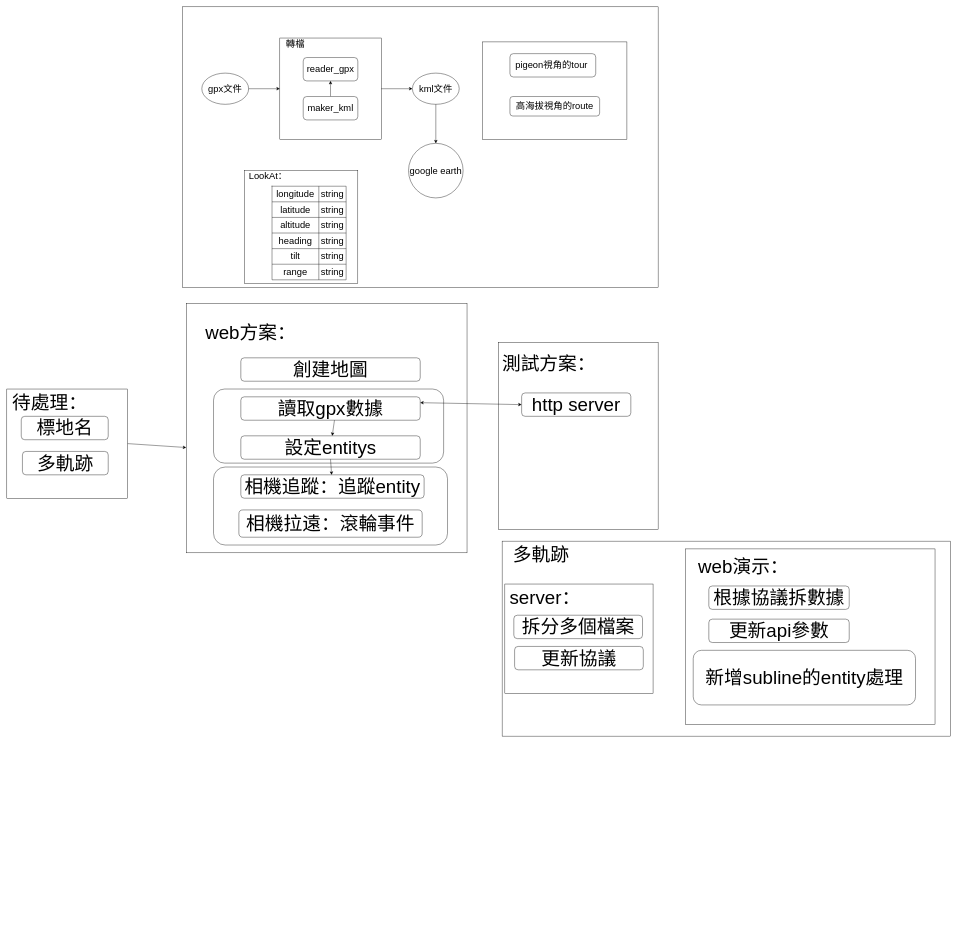
pengzhen80/PigeonRace keeps this draw.io diagram as 3d展示.drawio. Above is the earlier version. Source tidied: cells renumbered, new cells numbered last; positions are measured from the earlier drawing's top-left corner, leaving out a move shared by most shapes. Both pictures are drawn from the tidied source at 39%, with x=0, y=0 at pixel (7, 7).
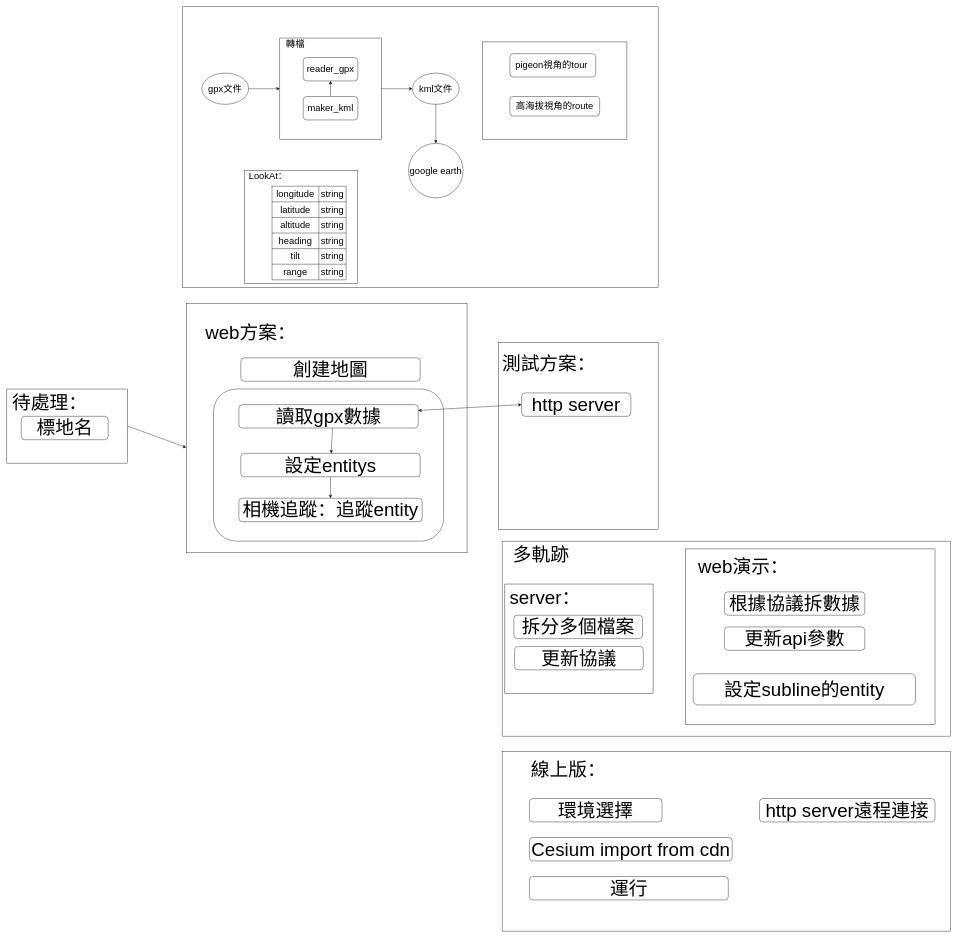
After the change.

Diff of the diagram source:
```diff
@@
     <mxCell id="4" style="rounded=0;whiteSpace=wrap;html=1;fontSize=48;" parent="1" vertex="1">
-      <mxGeometry y="980" width="310" height="280" as="geometry" />
+      <mxGeometry y="980" width="310" height="190" as="geometry" />
     </mxCell>
@@
     <mxCell id="6" style="rounded=1;whiteSpace=wrap;html=1;fontSize=48;" parent="1" vertex="1">
-      <mxGeometry x="530" y="980" width="590" height="190" as="geometry" />
+      <mxGeometry x="530" y="980" width="590" height="390" as="geometry" />
     </mxCell>
-    <mxCell id="7" style="rounded=1;whiteSpace=wrap;html=1;fontSize=48;" parent="1" vertex="1">
-      <mxGeometry x="530" y="1180" width="600" height="200" as="geometry" />
-    </mxCell>
@@
     <mxCell id="46" value="讀取gpx數據" style="rounded=1;whiteSpace=wrap;html=1;fontSize=48;" parent="1" vertex="1">
-      <mxGeometry x="600" y="1000" width="460" height="60" as="geometry" />
+      <mxGeometry x="595" y="1020" width="460" height="60" as="geometry" />
     </mxCell>
     <mxCell id="47" value="設定entitys" style="rounded=1;whiteSpace=wrap;html=1;fontSize=48;" parent="1" vertex="1">
-      <mxGeometry x="600" y="1100" width="460" height="60" as="geometry" />
+      <mxGeometry x="600" y="1145" width="460" height="60" as="geometry" />
     </mxCell>
-    <mxCell id="48" value="相機拉遠：滾輪事件" style="rounded=1;whiteSpace=wrap;html=1;fontSize=48;" parent="1" vertex="1">
-      <mxGeometry x="595" y="1290" width="470" height="70" as="geometry" />
-    </mxCell>
     <mxCell id="49" value="相機追蹤：追蹤entity" style="rounded=1;whiteSpace=wrap;html=1;fontSize=48;" parent="1" vertex="1">
-      <mxGeometry x="600" y="1200" width="470" height="60" as="geometry" />
+      <mxGeometry x="595" y="1260" width="470" height="60" as="geometry" />
     </mxCell>
@@
-    <mxCell id="58" value="多軌跡" style="rounded=1;whiteSpace=wrap;html=1;fontSize=48;" parent="1" vertex="1">
-      <mxGeometry x="40" y="1140" width="220" height="60" as="geometry" />
-    </mxCell>
@@
     <mxCell id="66" value="根據協議拆數據" style="rounded=1;whiteSpace=wrap;html=1;fontSize=48;" parent="1" vertex="1">
-      <mxGeometry x="1800" y="1485" width="360" height="60" as="geometry" />
+      <mxGeometry x="1840" y="1500" width="360" height="60" as="geometry" />
     </mxCell>
     <mxCell id="67" value="更新api參數" style="rounded=1;whiteSpace=wrap;html=1;fontSize=48;" parent="1" vertex="1">
-      <mxGeometry x="1800" y="1570" width="360" height="60" as="geometry" />
+      <mxGeometry x="1840" y="1590" width="360" height="60" as="geometry" />
     </mxCell>
-    <mxCell id="68" value="新增subline的entity處理" style="rounded=1;whiteSpace=wrap;html=1;fontSize=48;" parent="1" vertex="1">
-      <mxGeometry x="1760" y="1650" width="570" height="140" as="geometry" />
+    <mxCell id="68" value="設定subline的entity" style="rounded=1;whiteSpace=wrap;html=1;fontSize=48;" parent="1" vertex="1">
+      <mxGeometry x="1760" y="1710" width="570" height="80" as="geometry" />
     </mxCell>
+    <mxCell id="69" style="rounded=0;whiteSpace=wrap;html=1;" parent="1" vertex="1">
+      <mxGeometry x="1270" y="1910" width="1150" height="460" as="geometry" />
+    </mxCell>
+    <mxCell id="70" value="&lt;font style=&quot;font-size: 48px&quot;&gt;線上版：&lt;/font&gt;" style="text;html=1;strokeColor=none;fillColor=none;align=center;verticalAlign=middle;whiteSpace=wrap;rounded=0;" parent="1" vertex="1">
+      <mxGeometry x="1280" y="1940" width="320" height="30" as="geometry" />
+    </mxCell>
+    <mxCell id="71" value="環境選擇" style="rounded=1;whiteSpace=wrap;html=1;fontSize=48;" parent="1" vertex="1">
+      <mxGeometry x="1340" y="2030" width="340" height="60" as="geometry" />
+    </mxCell>
+    <mxCell id="72" value="Cesium import from cdn" style="rounded=1;whiteSpace=wrap;html=1;fontSize=48;" parent="1" vertex="1">
+      <mxGeometry x="1340" y="2130" width="520" height="60" as="geometry" />
+    </mxCell>
+    <mxCell id="73" value="運行" style="rounded=1;whiteSpace=wrap;html=1;fontSize=48;" parent="1" vertex="1">
+      <mxGeometry x="1340" y="2230" width="510" height="60" as="geometry" />
+    </mxCell>
+    <mxCell id="74" value="http server遠程連接" style="rounded=1;whiteSpace=wrap;html=1;fontSize=48;" parent="1" vertex="1">
+      <mxGeometry x="1930" y="2030" width="450" height="60" as="geometry" />
+    </mxCell>
```
